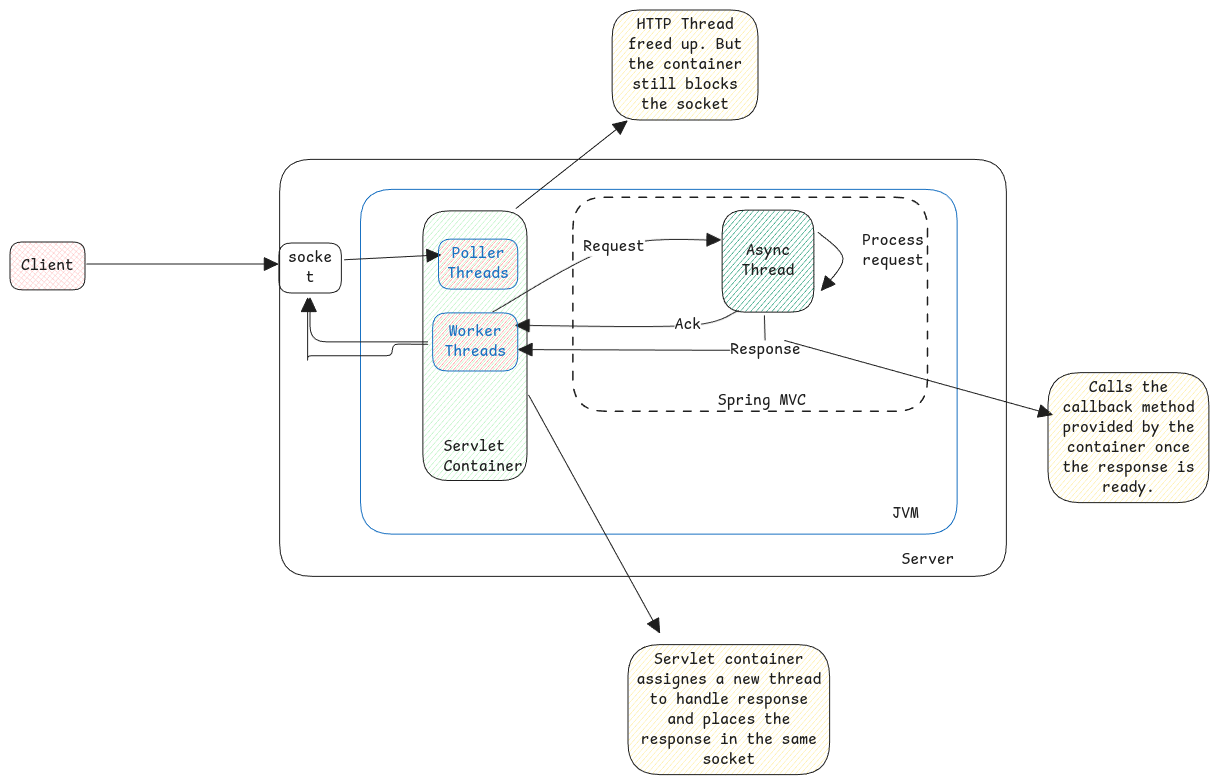
Above: static/img/async-http-servlets.excalidraw.png in swaroopar/inprogress-engineer (Excalidraw), before the change. Source tidied: one line per element, renumbered; positions are measured from the earlier drawing's top-left corner, leaving out a move shared by most shapes.
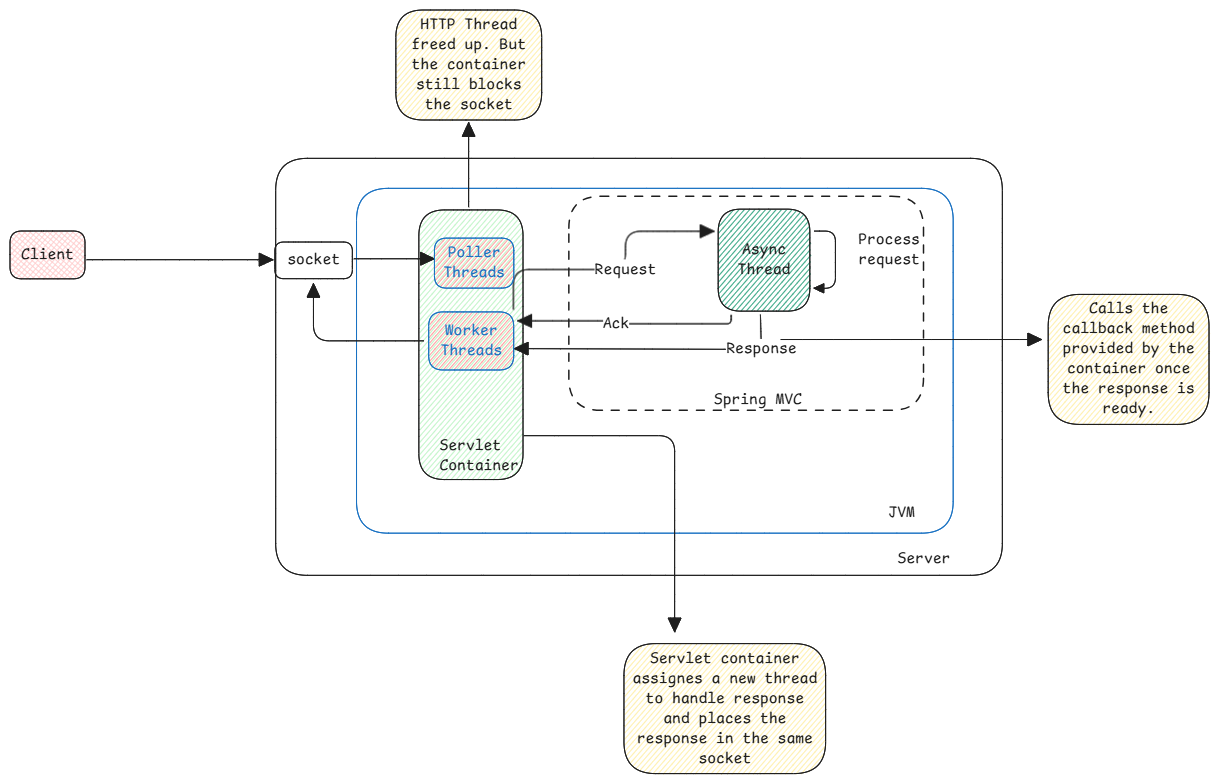
After the commit.

What changed in the source:
```diff
@@ -1,32 +1,32 @@
-{"id": 0, "type": "rectangle", "strokeColor": "#1e1e1e", "backgroundColor": "#ffc9c9", "fillStyle": "cross-hatch", "strokeWidth": 1, "roughness": 0, "round": true, "x": 0, "y": 232, "width": 75, "height": 48}
+{"id": 0, "type": "rectangle", "strokeColor": "#1e1e1e", "backgroundColor": "#ffc9c9", "fillStyle": "cross-hatch", "strokeWidth": 1, "roughness": 0, "round": true, "x": 4, "y": 222, "width": 75, "height": 48}
-{"id": 1, "type": "text", "text": "Client", "strokeColor": "#1e1e1e", "strokeWidth": 2, "roughness": 1, "fontSize": 16, "fontFamily": 8, "textAlign": "center", "verticalAlign": "middle", "inside": 0, "x": 11, "y": 246, "width": 53, "height": 20}
+{"id": 1, "type": "text", "text": "Client", "strokeColor": "#1e1e1e", "strokeWidth": 2, "roughness": 1, "fontSize": 16, "fontFamily": 8, "textAlign": "center", "verticalAlign": "middle", "inside": 0, "x": 15, "y": 236, "width": 53, "height": 20}
 {"id": 2, "type": "rectangle", "strokeColor": "#1e1e1e", "backgroundColor": "#b2f2bb", "fillStyle": "hachure", "strokeWidth": 1, "roughness": 0, "round": true, "x": 413, "y": 201, "width": 104, "height": 270}
 {"id": 3, "type": "text", "text": "Servlet\nContainer", "strokeColor": "#1e1e1e", "strokeWidth": 1, "roughness": 0, "fontSize": 16, "fontFamily": 8, "x": 434, "y": 427, "width": 79, "height": 40}
 {"id": 4, "type": "rectangle", "strokeColor": "#1e1e1e", "backgroundColor": "#099268", "fillStyle": "hachure", "strokeWidth": 1, "roughness": 0, "round": true, "x": 712, "y": 200, "width": 92, "height": 102}
 {"id": 5, "type": "text", "text": "Async\nThread", "strokeColor": "#1e1e1e", "strokeWidth": 2, "roughness": 1, "fontSize": 16, "fontFamily": 8, "textAlign": "center", "verticalAlign": "middle", "inside": 4, "x": 732, "y": 231, "width": 53, "height": 40}
-{"id": 6, "type": "arrow", "strokeColor": "#1e1e1e", "strokeWidth": 1, "roughness": 0, "endArrowhead": "triangle", "round": true, "from": 33, "to": 4, "x": 483, "y": 302, "width": 228, "height": 72, "points": [[0, 0], [122, -65], [228, -72]]}
+{"id": 6, "type": "arrow", "strokeColor": "#1e1e1e", "strokeWidth": 1, "roughness": 0, "endArrowhead": "triangle", "from": 33, "to": 4, "x": 507, "y": 301, "width": 201, "height": 78, "points": [[0, 0], [0, -40], [112, -40], [112, -78], [201, -78]]}
 {"id": 7, "type": "text", "text": "Request", "strokeColor": "#1e1e1e", "strokeWidth": 2, "roughness": 1, "fontSize": 16, "fontFamily": 8, "textAlign": "center", "verticalAlign": "middle", "inside": 6, "x": 573, "y": 227, "width": 62, "height": 20}
 {"id": 8, "type": "rectangle", "strokeColor": "#1971c2", "strokeWidth": 1, "roughness": 0, "round": true, "x": 351, "y": 179, "width": 597, "height": 345}
 {"id": 9, "type": "text", "text": "JVM", "strokeColor": "#1e1e1e", "strokeWidth": 1, "roughness": 0, "fontSize": 16, "fontFamily": 8, "x": 883, "y": 494, "width": 26, "height": 20}
 {"id": 10, "type": "rectangle", "strokeColor": "#1e1e1e", "strokeWidth": 1, "roughness": 0, "round": true, "x": 270, "y": 149, "width": 727, "height": 417}
 {"id": 11, "type": "text", "text": "Server", "strokeColor": "#1e1e1e", "strokeWidth": 1, "roughness": 0, "fontSize": 16, "fontFamily": 8, "x": 892, "y": 540, "width": 53, "height": 20}
-{"id": 12, "type": "rectangle", "strokeColor": "#1e1e1e", "strokeWidth": 1, "roughness": 0, "round": true, "x": 269, "y": 233, "width": 62, "height": 50}
+{"id": 12, "type": "rectangle", "strokeColor": "#1e1e1e", "strokeWidth": 1, "roughness": 0, "round": true, "x": 269, "y": 233, "width": 77, "height": 37}
-{"id": 13, "type": "text", "text": "socke\nt", "strokeColor": "#1e1e1e", "strokeWidth": 2, "roughness": 1, "fontSize": 16, "fontFamily": 8, "textAlign": "center", "verticalAlign": "middle", "inside": 12, "x": 278, "y": 238, "width": 44, "height": 40}
+{"id": 13, "type": "text", "text": "socket", "strokeColor": "#1e1e1e", "strokeWidth": 2, "roughness": 1, "fontSize": 16, "fontFamily": 8, "textAlign": "center", "verticalAlign": "middle", "inside": 12, "x": 281, "y": 241, "width": 53, "height": 20}
-{"id": 14, "type": "arrow", "strokeColor": "#1e1e1e", "strokeWidth": 1, "roughness": 0, "endArrowhead": "triangle", "round": true, "to": 12, "x": 77, "y": 254, "width": 191, "height": 0, "points": [[0, 0], [191, 0]]}
+{"id": 14, "type": "arrow", "strokeColor": "#1e1e1e", "strokeWidth": 1, "roughness": 0, "endArrowhead": "triangle", "round": true, "from": 0, "x": 81, "y": 251, "width": 186, "height": 0, "points": [[0, 0], [186, 0]]}
-{"id": 15, "type": "arrow", "strokeColor": "#1e1e1e", "strokeWidth": 1, "roughness": 0, "endArrowhead": "triangle", "round": true, "from": 4, "to": 4, "x": 808, "y": 222, "width": 25, "height": 58, "points": [[0, 0], [25, 26], [3, 58]]}
+{"id": 15, "type": "arrow", "strokeColor": "#1e1e1e", "strokeWidth": 1, "roughness": 0, "endArrowhead": "triangle", "from": 4, "to": 4, "x": 808, "y": 222, "width": 21, "height": 57, "points": [[0, 0], [21, 0], [21, 57], [0, 57]]}
 {"id": 16, "type": "text", "text": "Process\nrequest", "strokeColor": "#1e1e1e", "strokeWidth": 1, "roughness": 0, "fontSize": 16, "fontFamily": 8, "x": 852, "y": 221, "width": 62, "height": 40}
 {"id": 17, "type": "arrow", "strokeColor": "#1e1e1e", "strokeWidth": 1, "roughness": 0, "endArrowhead": "triangle", "from": 4, "to": 33, "x": 754, "y": 306, "width": 247, "height": 35, "points": [[0, 0], [1, 35], [-246, 34]]}
 {"id": 18, "type": "text", "text": "Response", "strokeColor": "#1e1e1e", "strokeWidth": 2, "roughness": 1, "fontSize": 16, "fontFamily": 8, "textAlign": "center", "verticalAlign": "middle", "inside": 17, "x": 720, "y": 330, "width": 70, "height": 20}
-{"id": 19, "type": "arrow", "strokeColor": "#1e1e1e", "strokeWidth": 1, "roughness": 0, "endArrowhead": "triangle", "round": true, "x": 729, "y": 300, "width": 223, "height": 15, "points": [[0, 0], [-51, 15], [-223, 15]]}
+{"id": 19, "type": "arrow", "strokeColor": "#1e1e1e", "strokeWidth": 1, "roughness": 0, "endArrowhead": "triangle", "from": 4, "to": 33, "x": 725, "y": 306, "width": 213, "height": 9, "points": [[0, 0], [0, 9], [-115, 9], [-115, 6], [-213, 6]]}
 {"id": 20, "type": "text", "text": "Ack", "strokeColor": "#1e1e1e", "strokeWidth": 1, "roughness": 1, "fontSize": 16, "fontFamily": 8, "textAlign": "center", "verticalAlign": "middle", "inside": 19, "x": 665, "y": 305, "width": 26, "height": 20}
-{"id": 21, "type": "arrow", "strokeColor": "#1e1e1e", "strokeWidth": 1, "roughness": 0, "endArrowhead": "triangle", "round": true, "from": 12, "x": 334, "y": 250, "width": 96, "height": 5, "points": [[0, 0], [96, -5]]}
+{"id": 21, "type": "arrow", "strokeColor": "#1e1e1e", "strokeWidth": 1, "roughness": 0, "endArrowhead": "triangle", "round": true, "to": 31, "x": 348, "y": 250, "width": 80, "height": 0, "points": [[0, 0], [80, 0]]}
-{"id": 22, "type": "arrow", "strokeColor": "#1e1e1e", "strokeWidth": 1, "roughness": 0, "endArrowhead": "triangle", "round": true, "from": 2, "to": 23, "x": 506, "y": 198, "width": 111, "height": 87, "points": [[0, 0], [111, -87]]}
+{"id": 22, "type": "arrow", "strokeColor": "#1e1e1e", "strokeWidth": 1, "roughness": 0, "endArrowhead": "triangle", "round": true, "from": 8, "x": 463, "y": 198, "width": 0, "height": 84, "points": [[0, 0], [0, -84]]}
-{"id": 23, "type": "rectangle", "strokeColor": "#1e1e1e", "backgroundColor": "#ffec99", "fillStyle": "hachure", "strokeWidth": 1, "roughness": 0, "round": true, "x": 602, "y": 0, "width": 146, "height": 110}
+{"id": 23, "type": "rectangle", "strokeColor": "#1e1e1e", "backgroundColor": "#ffec99", "fillStyle": "hachure", "strokeWidth": 1, "roughness": 0, "round": true, "x": 390, "y": 1, "width": 146, "height": 110}
-{"id": 24, "type": "text", "text": "HTTP Thread\nfreed up. But\nthe container\nstill blocks\nthe socket", "strokeColor": "#1e1e1e", "strokeWidth": 1, "roughness": 1, "fontSize": 16, "fontFamily": 8, "textAlign": "center", "verticalAlign": "middle", "inside": 23, "x": 618, "y": 5, "width": 114, "height": 100}
+{"id": 24, "type": "text", "text": "HTTP Thread\nfreed up. But\nthe container\nstill blocks\nthe socket", "strokeColor": "#1e1e1e", "strokeWidth": 1, "roughness": 1, "fontSize": 16, "fontFamily": 8, "textAlign": "center", "verticalAlign": "middle", "inside": 23, "x": 406, "y": 6, "width": 114, "height": 100}
-{"id": 25, "type": "arrow", "strokeColor": "#1e1e1e", "strokeWidth": 1, "roughness": 0, "endArrowhead": "triangle", "round": true, "x": 775, "y": 331, "width": 268, "height": 74, "points": [[0, 0], [268, 74]]}
+{"id": 25, "type": "arrow", "strokeColor": "#1e1e1e", "strokeWidth": 1, "roughness": 0, "endArrowhead": "triangle", "round": true, "x": 775, "y": 331, "width": 261, "height": 0, "points": [[0, 0], [261, 0]]}
-{"id": 26, "type": "rectangle", "strokeColor": "#1e1e1e", "backgroundColor": "#ffec99", "fillStyle": "hachure", "strokeWidth": 1, "roughness": 0, "round": true, "x": 1038, "y": 363, "width": 161, "height": 130}
+{"id": 26, "type": "rectangle", "strokeColor": "#1e1e1e", "backgroundColor": "#ffec99", "fillStyle": "hachure", "strokeWidth": 1, "roughness": 0, "round": true, "x": 1042, "y": 285, "width": 161, "height": 130}
-{"id": 27, "type": "text", "text": "Calls the\ncallback method\nprovided by the\ncontainer once\nthe response is\nready.", "strokeColor": "#1e1e1e", "strokeWidth": 1, "roughness": 1, "fontSize": 16, "fontFamily": 8, "textAlign": "center", "verticalAlign": "middle", "inside": 26, "x": 1052, "y": 368, "width": 132, "height": 120}
+{"id": 27, "type": "text", "text": "Calls the\ncallback method\nprovided by the\ncontainer once\nthe response is\nready.", "strokeColor": "#1e1e1e", "strokeWidth": 1, "roughness": 1, "fontSize": 16, "fontFamily": 8, "textAlign": "center", "verticalAlign": "middle", "inside": 26, "x": 1057, "y": 290, "width": 132, "height": 120}
-{"id": 28, "type": "arrow", "strokeColor": "#1e1e1e", "strokeWidth": 1, "roughness": 0, "endArrowhead": "triangle", "round": true, "from": 2, "to": 29, "x": 519, "y": 385, "width": 131, "height": 238, "points": [[0, 0], [131, 238]]}
+{"id": 28, "type": "arrow", "strokeColor": "#1e1e1e", "strokeWidth": 1, "roughness": 0, "endArrowhead": "triangle", "from": 3, "to": 29, "x": 518, "y": 427, "width": 151, "height": 196, "points": [[0, 0], [151, 0], [151, 196]]}
 {"id": 29, "type": "rectangle", "strokeColor": "#1e1e1e", "backgroundColor": "#ffec99", "fillStyle": "hachure", "strokeWidth": 1, "roughness": 0, "round": true, "x": 618, "y": 635, "width": 202, "height": 130}
 {"id": 30, "type": "text", "text": "Servlet container\nassignes a new thread\nto handle response\nand places the\nresponse in the same\nsocket", "strokeColor": "#1e1e1e", "strokeWidth": 1, "roughness": 0, "fontSize": 16, "fontFamily": 8, "textAlign": "center", "verticalAlign": "middle", "inside": 29, "x": 626, "y": 640, "width": 185, "height": 120}
 {"id": 31, "type": "rectangle", "strokeColor": "#1971c2", "backgroundColor": "#ff8787", "fillStyle": "hachure", "strokeWidth": 1, "roughness": 0, "round": true, "x": 428, "y": 229, "width": 79, "height": 50}
@@ -35,4 +35,4 @@
 {"id": 34, "type": "text", "text": "Worker\nThreads", "strokeColor": "#1971c2", "backgroundColor": "#ff8787", "fillStyle": "hachure", "strokeWidth": 1, "roughness": 0, "fontSize": 16, "fontFamily": 8, "textAlign": "center", "verticalAlign": "middle", "inside": 33, "x": 434, "y": 312, "width": 62, "height": 40}
 {"id": 35, "type": "rectangle", "strokeColor": "#1e1e1e", "strokeWidth": 1, "strokeStyle": "dashed", "roughness": 0, "round": true, "x": 563, "y": 187, "width": 355, "height": 214}
 {"id": 36, "type": "text", "text": "Spring MVC", "strokeColor": "#1e1e1e", "strokeWidth": 1, "strokeStyle": "dashed", "roughness": 0, "fontSize": 16, "fontFamily": 8, "x": 708, "y": 381, "width": 88, "height": 20}
-{"id": 37, "type": "arrow", "strokeColor": "#1e1e1e", "strokeWidth": 1, "roughness": 0, "endArrowhead": "triangle", "from": 33, "to": 12, "x": 418, "y": 332, "width": 118, "height": 44, "points": [[0, 0], [-118, 0], [-118, -44]]}
+{"id": 37, "type": "arrow", "strokeColor": "#1e1e1e", "strokeWidth": 1, "roughness": 0, "endArrowhead": "triangle", "from": 33, "to": 12, "x": 418, "y": 332, "width": 110, "height": 57, "points": [[0, 0], [-110, 0], [-110, -57]]}
```
